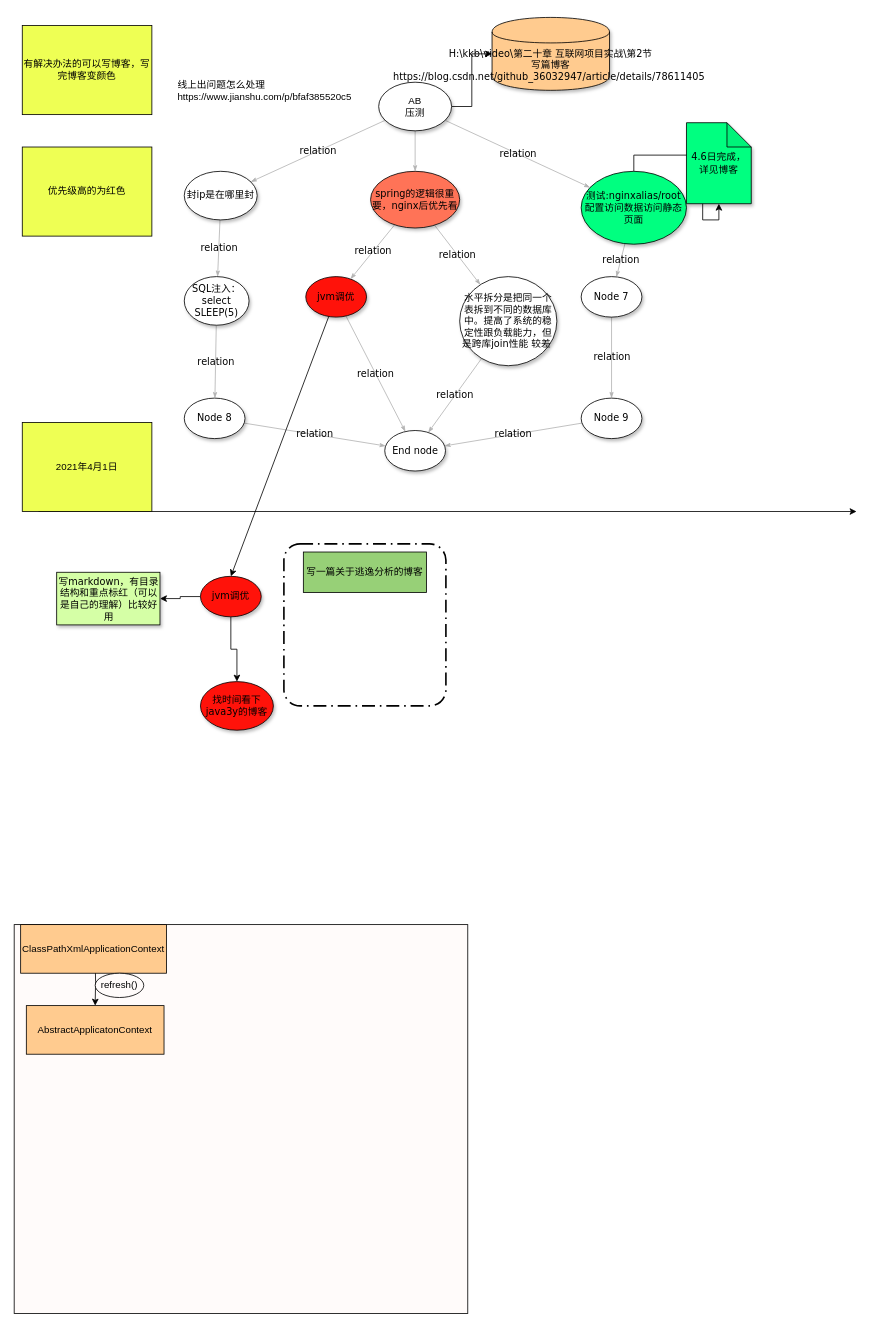
Before: 待办.drawio in pikefeier/diagrams, a draw.io diagram. Source tidied: cells renumbered, new cells numbered last; positions are measured from the earlier drawing's top-left corner, leaving out a move shared by most shapes. Both pictures are drawn from the tidied source at 81%, with x=0, y=0 at pixel (14, 17).
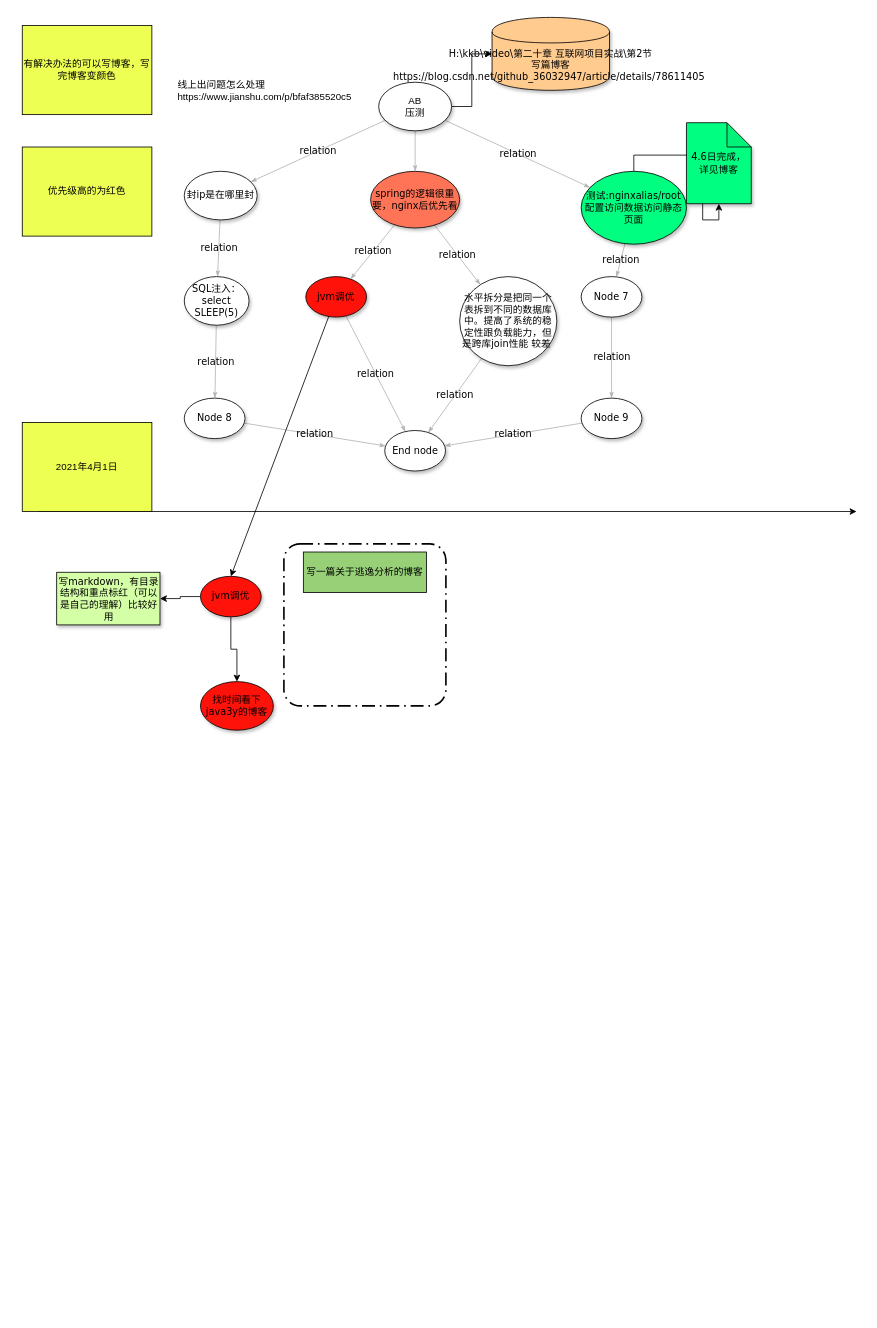
The same page after the edit.

Change to the diagram source:
```diff
@@
-    <mxCell id="43" style="rounded=0;whiteSpace=wrap;html=1;fillColor=#FFFBFA;" parent="1" vertex="1">
-      <mxGeometry y="1120" width="560" height="480" as="geometry" />
-    </mxCell>
-    <mxCell id="44" style="edgeStyle=orthogonalEdgeStyle;rounded=0;jettySize=auto;html=1;" parent="1" edge="1" target="45">
-      <mxGeometry relative="1" as="geometry">
-        <mxPoint x="100" y="1160" as="sourcePoint" />
-      </mxGeometry>
-    </mxCell>
-    <mxCell id="45" value="AbstractApplicatonContext" style="whiteSpace=wrap;html=1;fillColor=#FFCB8F;" parent="1" vertex="1">
-      <mxGeometry x="15" y="1220" width="170" height="60" as="geometry" />
-    </mxCell>
-    <mxCell id="46" value="ClassPathXmlApplicationContext" style="whiteSpace=wrap;html=1;fillColor=#FFCB8F;" parent="1" vertex="1">
-      <mxGeometry x="8" y="1120" width="180" height="60" as="geometry" />
-    </mxCell>
-    <mxCell id="47" value="refresh()" style="ellipse;whiteSpace=wrap;html=1;fillColor=#FFFBFA;" parent="1" vertex="1">
-      <mxGeometry x="100" y="1180" width="60" height="30" as="geometry" />
-    </mxCell>
```
